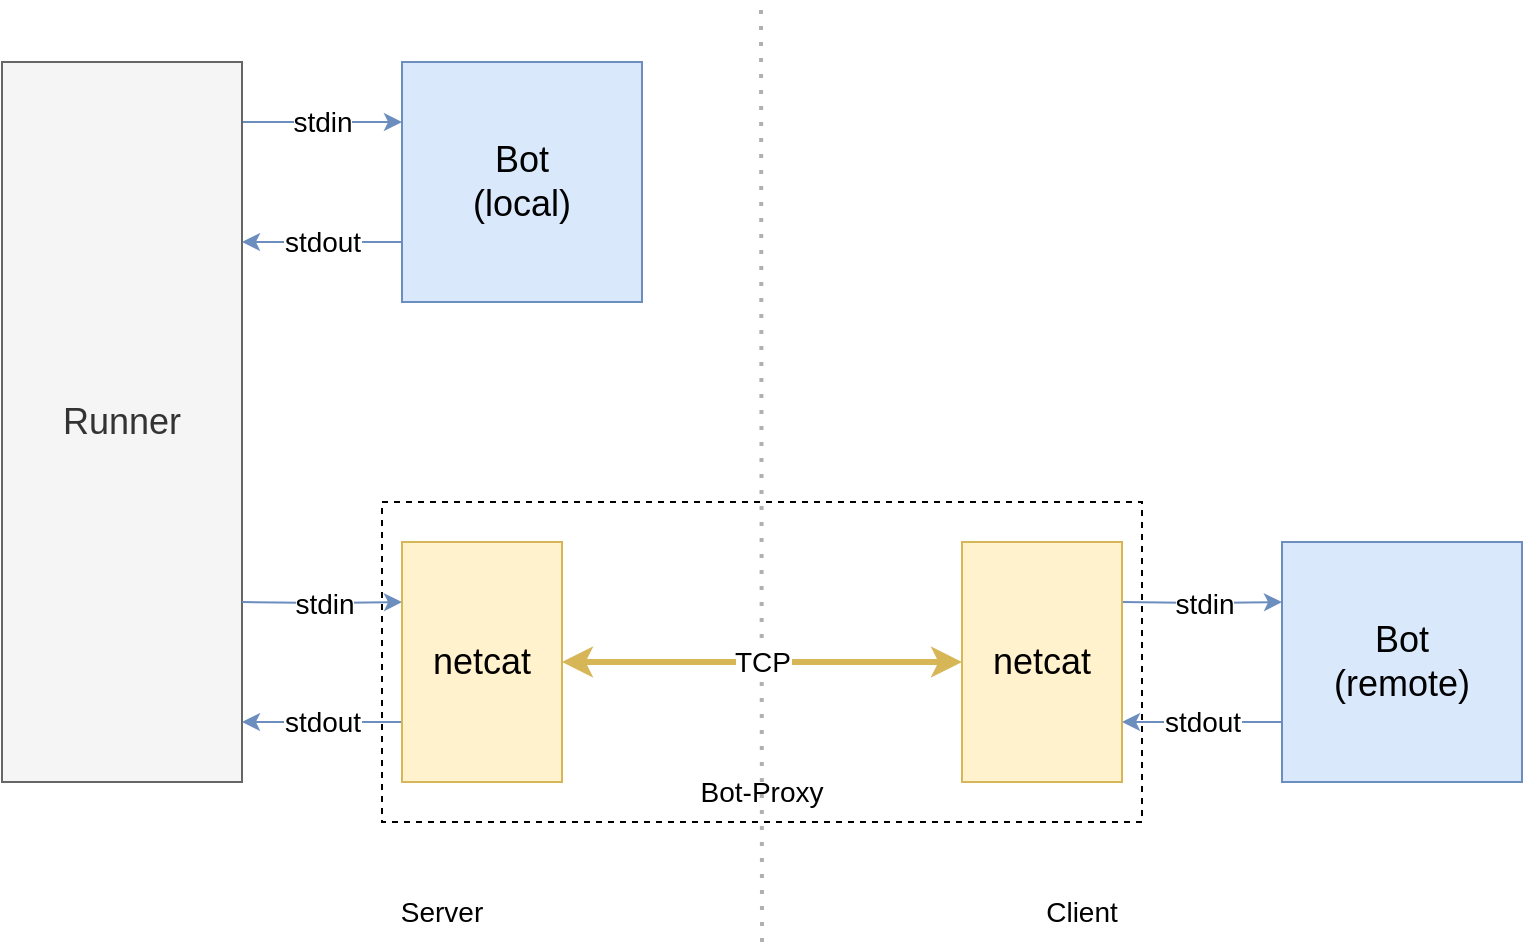
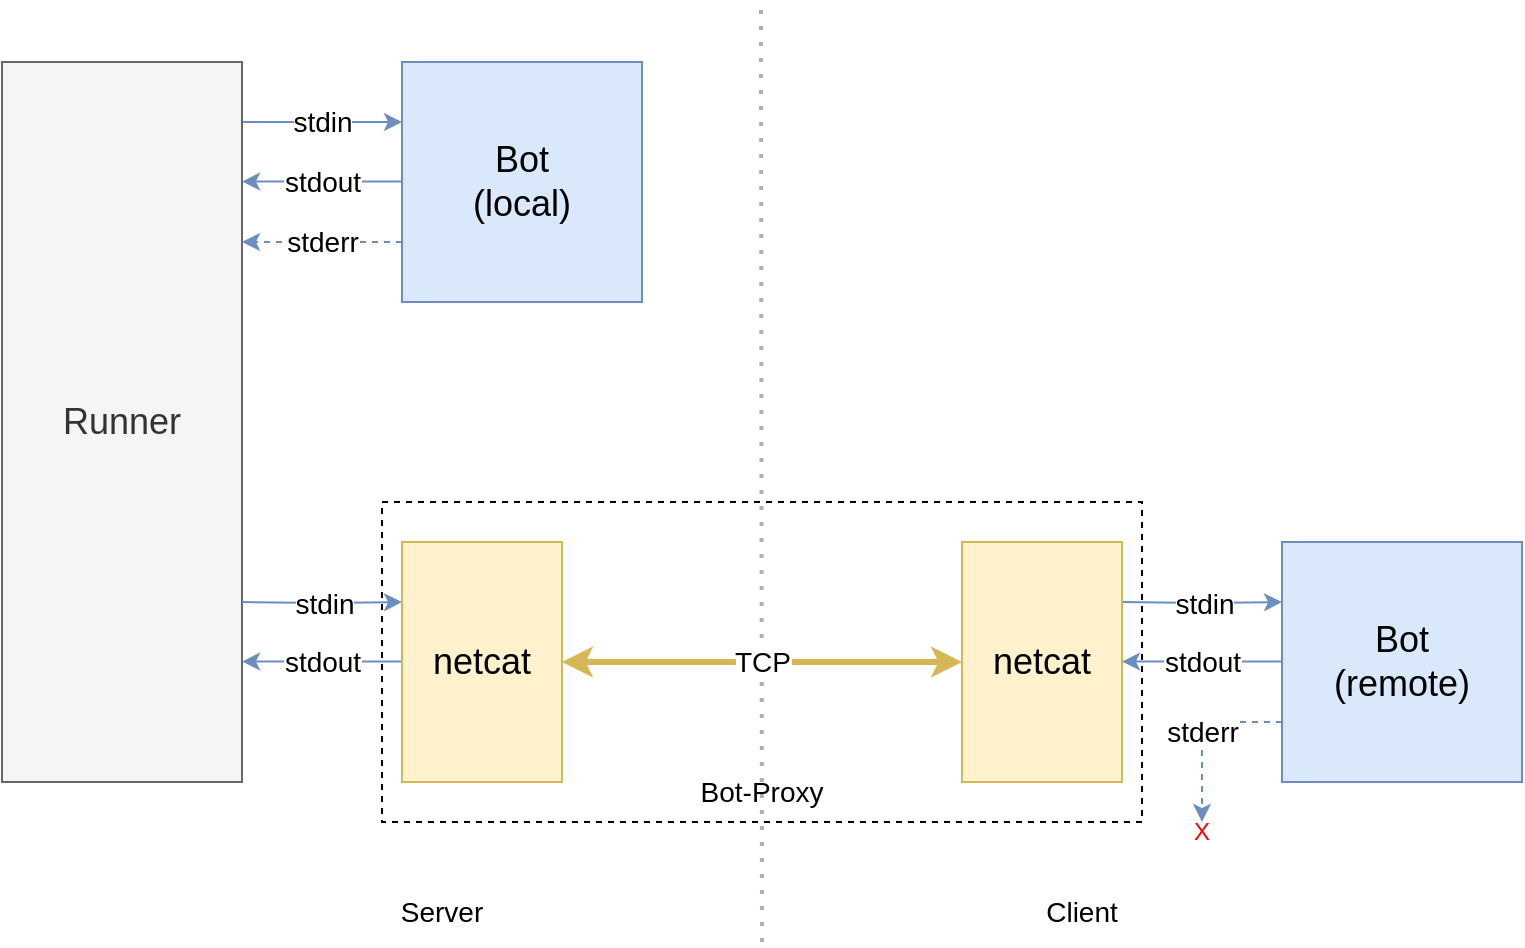
<mxfile host="Electron" agent="Mozilla/5.0 (X11; Linux x86_64) AppleWebKit/537.36 (KHTML, like Gecko) draw.io/28.2.5 Chrome/138.0.7204.251 Electron/37.6.1 Safari/537.36" version="28.2.5">
  <diagram name="Page-1" id="V1tX8lKfqLP4rMgMI3Bg">
    <mxGraphModel dx="802" dy="536" grid="1" gridSize="10" guides="1" tooltips="1" connect="1" arrows="1" fold="1" page="1" pageScale="1" pageWidth="850" pageHeight="1100" math="0" shadow="0">
      <root>
        <mxCell id="0" />
        <mxCell id="1" parent="0" />
-         <mxCell id="x8xrPTRH2ODtxbyrsQSI-35" value="" style="endArrow=none;dashed=1;html=1;dashPattern=1 3;strokeWidth=2;rounded=0;strokeColor=light-dark(#b0b0b0, #ededed);" edge="1" parent="1">
+         <mxCell id="x8xrPTRH2ODtxbyrsQSI-35" value="" style="endArrow=none;dashed=1;html=1;dashPattern=1 3;strokeWidth=2;rounded=0;strokeColor=light-dark(#b0b0b0, #ededed);" parent="1" edge="1">
          <mxGeometry width="50" height="50" relative="1" as="geometry">
            <mxPoint x="460" y="480" as="sourcePoint" />
            <mxPoint x="459.5" y="10" as="targetPoint" />
          </mxGeometry>
        </mxCell>
-         <mxCell id="x8xrPTRH2ODtxbyrsQSI-33" value="" style="rounded=0;whiteSpace=wrap;html=1;fillColor=none;dashed=1;" vertex="1" parent="1">
+         <mxCell id="x8xrPTRH2ODtxbyrsQSI-33" value="" style="rounded=0;whiteSpace=wrap;html=1;fillColor=none;dashed=1;" parent="1" vertex="1">
          <mxGeometry x="270" y="260" width="380" height="160" as="geometry" />
        </mxCell>
-         <mxCell id="x8xrPTRH2ODtxbyrsQSI-20" value="stdin" style="edgeStyle=orthogonalEdgeStyle;rounded=0;orthogonalLoop=1;jettySize=auto;html=1;exitX=1;exitY=0.25;exitDx=0;exitDy=0;entryX=0;entryY=0.25;entryDx=0;entryDy=0;fontSize=14;fillColor=#dae8fc;strokeColor=#6c8ebf;" edge="1" parent="1" source="x8xrPTRH2ODtxbyrsQSI-1" target="x8xrPTRH2ODtxbyrsQSI-19">
+         <mxCell id="x8xrPTRH2ODtxbyrsQSI-20" value="stdin" style="edgeStyle=orthogonalEdgeStyle;rounded=0;orthogonalLoop=1;jettySize=auto;html=1;exitX=1;exitY=0.25;exitDx=0;exitDy=0;entryX=0;entryY=0.25;entryDx=0;entryDy=0;fontSize=14;fillColor=#dae8fc;strokeColor=#6c8ebf;" parent="1" source="x8xrPTRH2ODtxbyrsQSI-1" target="x8xrPTRH2ODtxbyrsQSI-19" edge="1">
          <mxGeometry relative="1" as="geometry" />
        </mxCell>
-         <mxCell id="x8xrPTRH2ODtxbyrsQSI-1" value="" style="rounded=0;whiteSpace=wrap;html=1;fillColor=#f5f5f5;fontColor=#333333;strokeColor=#666666;" vertex="1" parent="1">
+         <mxCell id="x8xrPTRH2ODtxbyrsQSI-1" value="" style="rounded=0;whiteSpace=wrap;html=1;fillColor=#f5f5f5;fontColor=#333333;strokeColor=#666666;" parent="1" vertex="1">
          <mxGeometry x="80" y="40" width="120" height="120" as="geometry" />
        </mxCell>
-         <mxCell id="x8xrPTRH2ODtxbyrsQSI-18" value="" style="rounded=0;whiteSpace=wrap;html=1;fillColor=#f5f5f5;fontColor=#333333;strokeColor=#666666;" vertex="1" parent="1">
+         <mxCell id="x8xrPTRH2ODtxbyrsQSI-18" value="" style="rounded=0;whiteSpace=wrap;html=1;fillColor=#f5f5f5;fontColor=#333333;strokeColor=#666666;" parent="1" vertex="1">
          <mxGeometry x="80" y="280" width="120" height="120" as="geometry" />
        </mxCell>
-         <mxCell id="x8xrPTRH2ODtxbyrsQSI-17" value="&lt;font style=&quot;font-size: 18px;&quot;&gt;Runner&lt;/font&gt;" style="rounded=0;whiteSpace=wrap;html=1;fillColor=#f5f5f5;fontColor=#333333;strokeColor=#666666;" vertex="1" parent="1">
+         <mxCell id="x8xrPTRH2ODtxbyrsQSI-17" value="&lt;font style=&quot;font-size: 18px;&quot;&gt;Runner&lt;/font&gt;" style="rounded=0;whiteSpace=wrap;html=1;fillColor=#f5f5f5;fontColor=#333333;strokeColor=#666666;" parent="1" vertex="1">
          <mxGeometry x="80" y="40" width="120" height="360" as="geometry" />
        </mxCell>
-         <mxCell id="x8xrPTRH2ODtxbyrsQSI-21" value="stdout" style="edgeStyle=orthogonalEdgeStyle;rounded=0;orthogonalLoop=1;jettySize=auto;html=1;exitX=0;exitY=0.75;exitDx=0;exitDy=0;entryX=1;entryY=0.75;entryDx=0;entryDy=0;fontSize=14;fillColor=#dae8fc;strokeColor=#6c8ebf;" edge="1" parent="1" source="x8xrPTRH2ODtxbyrsQSI-19" target="x8xrPTRH2ODtxbyrsQSI-1">
+         <mxCell id="x8xrPTRH2ODtxbyrsQSI-21" value="stdout" style="edgeStyle=orthogonalEdgeStyle;rounded=0;orthogonalLoop=1;jettySize=auto;html=1;exitX=0;exitY=0.75;exitDx=0;exitDy=0;entryX=1;entryY=0.75;entryDx=0;entryDy=0;fontSize=14;fillColor=#dae8fc;strokeColor=#6c8ebf;" parent="1" edge="1">
+           <mxGeometry relative="1" as="geometry">
+             <mxPoint x="280" y="99.76" as="sourcePoint" />
+             <mxPoint x="200" y="99.76" as="targetPoint" />
+           </mxGeometry>
+         </mxCell>
+         <mxCell id="6PiV_VqgFHNzR3yt98rB-1" value="&lt;font style=&quot;font-size: 14px;&quot;&gt;stderr&lt;/font&gt;" style="edgeStyle=orthogonalEdgeStyle;rounded=0;orthogonalLoop=1;jettySize=auto;html=1;exitX=0;exitY=0.75;exitDx=0;exitDy=0;entryX=1;entryY=0.25;entryDx=0;entryDy=0;fillColor=#dae8fc;strokeColor=#6c8ebf;dashed=1;" parent="1" source="x8xrPTRH2ODtxbyrsQSI-19" target="x8xrPTRH2ODtxbyrsQSI-17" edge="1">
          <mxGeometry relative="1" as="geometry" />
        </mxCell>
-         <mxCell id="x8xrPTRH2ODtxbyrsQSI-19" value="&lt;font style=&quot;font-size: 18px;&quot;&gt;Bot&lt;/font&gt;&lt;div&gt;&lt;font style=&quot;font-size: 18px;&quot;&gt;(local)&lt;/font&gt;&lt;/div&gt;" style="rounded=0;whiteSpace=wrap;html=1;fillColor=#dae8fc;strokeColor=#6c8ebf;" vertex="1" parent="1">
+         <mxCell id="x8xrPTRH2ODtxbyrsQSI-19" value="&lt;font style=&quot;font-size: 18px;&quot;&gt;Bot&lt;/font&gt;&lt;div&gt;&lt;font style=&quot;font-size: 18px;&quot;&gt;(local)&lt;/font&gt;&lt;/div&gt;" style="rounded=0;whiteSpace=wrap;html=1;fillColor=#dae8fc;strokeColor=#6c8ebf;" parent="1" vertex="1">
          <mxGeometry x="280" y="40" width="120" height="120" as="geometry" />
        </mxCell>
-         <mxCell id="x8xrPTRH2ODtxbyrsQSI-25" value="stdin" style="edgeStyle=orthogonalEdgeStyle;rounded=0;orthogonalLoop=1;jettySize=auto;html=1;exitX=1;exitY=0.25;exitDx=0;exitDy=0;entryX=0;entryY=0.25;entryDx=0;entryDy=0;fontSize=14;fillColor=#dae8fc;strokeColor=#6c8ebf;" edge="1" parent="1" target="x8xrPTRH2ODtxbyrsQSI-27">
+         <mxCell id="x8xrPTRH2ODtxbyrsQSI-25" value="stdin" style="edgeStyle=orthogonalEdgeStyle;rounded=0;orthogonalLoop=1;jettySize=auto;html=1;exitX=1;exitY=0.25;exitDx=0;exitDy=0;entryX=0;entryY=0.25;entryDx=0;entryDy=0;fontSize=14;fillColor=#dae8fc;strokeColor=#6c8ebf;" parent="1" target="x8xrPTRH2ODtxbyrsQSI-27" edge="1">
          <mxGeometry relative="1" as="geometry">
            <mxPoint x="200" y="310" as="sourcePoint" />
          </mxGeometry>
        </mxCell>
-         <mxCell id="x8xrPTRH2ODtxbyrsQSI-26" value="stdout" style="edgeStyle=orthogonalEdgeStyle;rounded=0;orthogonalLoop=1;jettySize=auto;html=1;exitX=0;exitY=0.75;exitDx=0;exitDy=0;entryX=1;entryY=0.75;entryDx=0;entryDy=0;fontSize=14;fillColor=#dae8fc;strokeColor=#6c8ebf;" edge="1" parent="1" source="x8xrPTRH2ODtxbyrsQSI-27">
+         <mxCell id="x8xrPTRH2ODtxbyrsQSI-26" value="stdout" style="edgeStyle=orthogonalEdgeStyle;rounded=0;orthogonalLoop=1;jettySize=auto;html=1;exitX=0;exitY=0.75;exitDx=0;exitDy=0;entryX=1;entryY=0.75;entryDx=0;entryDy=0;fontSize=14;fillColor=#dae8fc;strokeColor=#6c8ebf;" parent="1" edge="1">
          <mxGeometry relative="1" as="geometry">
-             <mxPoint x="200" y="370" as="targetPoint" />
+             <mxPoint x="200" y="339.76" as="targetPoint" />
+             <mxPoint x="280" y="339.76" as="sourcePoint" />
          </mxGeometry>
        </mxCell>
-         <mxCell id="x8xrPTRH2ODtxbyrsQSI-32" value="&lt;font style=&quot;font-size: 14px;&quot;&gt;TCP&lt;/font&gt;" style="rounded=0;orthogonalLoop=1;jettySize=auto;html=1;exitX=1;exitY=0.5;exitDx=0;exitDy=0;startArrow=classic;startFill=1;fillColor=#fff2cc;strokeColor=#d6b656;strokeWidth=3;" edge="1" parent="1" source="x8xrPTRH2ODtxbyrsQSI-27" target="x8xrPTRH2ODtxbyrsQSI-31">
+         <mxCell id="x8xrPTRH2ODtxbyrsQSI-32" value="&lt;font style=&quot;font-size: 14px;&quot;&gt;TCP&lt;/font&gt;" style="rounded=0;orthogonalLoop=1;jettySize=auto;html=1;exitX=1;exitY=0.5;exitDx=0;exitDy=0;startArrow=classic;startFill=1;fillColor=#fff2cc;strokeColor=#d6b656;strokeWidth=3;" parent="1" source="x8xrPTRH2ODtxbyrsQSI-27" target="x8xrPTRH2ODtxbyrsQSI-31" edge="1">
          <mxGeometry relative="1" as="geometry" />
        </mxCell>
-         <mxCell id="x8xrPTRH2ODtxbyrsQSI-27" value="&lt;span style=&quot;font-size: 18px;&quot;&gt;netcat&lt;/span&gt;" style="rounded=0;whiteSpace=wrap;html=1;fillColor=#fff2cc;strokeColor=#d6b656;" vertex="1" parent="1">
+         <mxCell id="x8xrPTRH2ODtxbyrsQSI-27" value="&lt;span style=&quot;font-size: 18px;&quot;&gt;netcat&lt;/span&gt;" style="rounded=0;whiteSpace=wrap;html=1;fillColor=#fff2cc;strokeColor=#d6b656;" parent="1" vertex="1">
          <mxGeometry x="280" y="280" width="80" height="120" as="geometry" />
        </mxCell>
-         <mxCell id="x8xrPTRH2ODtxbyrsQSI-28" value="stdin" style="edgeStyle=orthogonalEdgeStyle;rounded=0;orthogonalLoop=1;jettySize=auto;html=1;exitX=1;exitY=0.25;exitDx=0;exitDy=0;entryX=0;entryY=0.25;entryDx=0;entryDy=0;fontSize=14;fillColor=#dae8fc;strokeColor=#6c8ebf;" edge="1" parent="1" target="x8xrPTRH2ODtxbyrsQSI-30">
+         <mxCell id="x8xrPTRH2ODtxbyrsQSI-28" value="stdin" style="edgeStyle=orthogonalEdgeStyle;rounded=0;orthogonalLoop=1;jettySize=auto;html=1;exitX=1;exitY=0.25;exitDx=0;exitDy=0;entryX=0;entryY=0.25;entryDx=0;entryDy=0;fontSize=14;fillColor=#dae8fc;strokeColor=#6c8ebf;" parent="1" target="x8xrPTRH2ODtxbyrsQSI-30" edge="1">
          <mxGeometry relative="1" as="geometry">
            <mxPoint x="640" y="310" as="sourcePoint" />
          </mxGeometry>
        </mxCell>
-         <mxCell id="x8xrPTRH2ODtxbyrsQSI-29" value="stdout" style="edgeStyle=orthogonalEdgeStyle;rounded=0;orthogonalLoop=1;jettySize=auto;html=1;exitX=0;exitY=0.75;exitDx=0;exitDy=0;entryX=1;entryY=0.75;entryDx=0;entryDy=0;fontSize=14;fillColor=#dae8fc;strokeColor=#6c8ebf;" edge="1" parent="1" source="x8xrPTRH2ODtxbyrsQSI-30">
+         <mxCell id="x8xrPTRH2ODtxbyrsQSI-29" value="stdout" style="edgeStyle=orthogonalEdgeStyle;rounded=0;orthogonalLoop=1;jettySize=auto;html=1;exitX=0;exitY=0.75;exitDx=0;exitDy=0;entryX=1;entryY=0.75;entryDx=0;entryDy=0;fontSize=14;fillColor=#dae8fc;strokeColor=#6c8ebf;" parent="1" edge="1">
          <mxGeometry relative="1" as="geometry">
-             <mxPoint x="640" y="370" as="targetPoint" />
+             <mxPoint x="640" y="339.76" as="targetPoint" />
+             <mxPoint x="720" y="339.76" as="sourcePoint" />
          </mxGeometry>
        </mxCell>
-         <mxCell id="x8xrPTRH2ODtxbyrsQSI-30" value="&lt;font style=&quot;font-size: 18px;&quot;&gt;Bot&lt;/font&gt;&lt;div&gt;&lt;font style=&quot;font-size: 18px;&quot;&gt;(remote)&lt;/font&gt;&lt;/div&gt;" style="rounded=0;whiteSpace=wrap;html=1;fillColor=#dae8fc;strokeColor=#6c8ebf;" vertex="1" parent="1">
+         <mxCell id="6PiV_VqgFHNzR3yt98rB-2" value="&lt;font style=&quot;font-size: 14px;&quot;&gt;stderr&lt;/font&gt;" style="edgeStyle=orthogonalEdgeStyle;rounded=0;orthogonalLoop=1;jettySize=auto;html=1;exitX=0;exitY=0.75;exitDx=0;exitDy=0;fillColor=#dae8fc;strokeColor=#6c8ebf;dashed=1;" parent="1" source="x8xrPTRH2ODtxbyrsQSI-30" edge="1">
+           <mxGeometry relative="1" as="geometry">
+             <mxPoint x="680" y="420" as="targetPoint" />
+             <Array as="points">
+               <mxPoint x="680" y="370" />
+             </Array>
+           </mxGeometry>
+         </mxCell>
+         <mxCell id="x8xrPTRH2ODtxbyrsQSI-30" value="&lt;font style=&quot;font-size: 18px;&quot;&gt;Bot&lt;/font&gt;&lt;div&gt;&lt;font style=&quot;font-size: 18px;&quot;&gt;(remote)&lt;/font&gt;&lt;/div&gt;" style="rounded=0;whiteSpace=wrap;html=1;fillColor=#dae8fc;strokeColor=#6c8ebf;" parent="1" vertex="1">
          <mxGeometry x="720" y="280" width="120" height="120" as="geometry" />
        </mxCell>
-         <mxCell id="x8xrPTRH2ODtxbyrsQSI-31" value="&lt;span style=&quot;font-size: 18px;&quot;&gt;netcat&lt;/span&gt;" style="rounded=0;whiteSpace=wrap;html=1;fillColor=#fff2cc;strokeColor=#d6b656;" vertex="1" parent="1">
+         <mxCell id="x8xrPTRH2ODtxbyrsQSI-31" value="&lt;span style=&quot;font-size: 18px;&quot;&gt;netcat&lt;/span&gt;" style="rounded=0;whiteSpace=wrap;html=1;fillColor=#fff2cc;strokeColor=#d6b656;" parent="1" vertex="1">
          <mxGeometry x="560" y="280" width="80" height="120" as="geometry" />
        </mxCell>
-         <mxCell id="x8xrPTRH2ODtxbyrsQSI-34" value="&lt;font style=&quot;font-size: 14px;&quot;&gt;Bot-Proxy&lt;/font&gt;" style="text;html=1;align=center;verticalAlign=middle;whiteSpace=wrap;rounded=0;" vertex="1" parent="1">
+         <mxCell id="x8xrPTRH2ODtxbyrsQSI-34" value="&lt;font style=&quot;font-size: 14px;&quot;&gt;Bot-Proxy&lt;/font&gt;" style="text;html=1;align=center;verticalAlign=middle;whiteSpace=wrap;rounded=0;" parent="1" vertex="1">
          <mxGeometry x="400" y="390" width="120" height="30" as="geometry" />
        </mxCell>
-         <mxCell id="x8xrPTRH2ODtxbyrsQSI-38" value="&lt;font style=&quot;font-size: 14px;&quot;&gt;Server&lt;/font&gt;" style="text;html=1;align=center;verticalAlign=middle;whiteSpace=wrap;rounded=0;" vertex="1" parent="1">
+         <mxCell id="x8xrPTRH2ODtxbyrsQSI-38" value="&lt;font style=&quot;font-size: 14px;&quot;&gt;Server&lt;/font&gt;" style="text;html=1;align=center;verticalAlign=middle;whiteSpace=wrap;rounded=0;" parent="1" vertex="1">
          <mxGeometry x="240" y="450" width="120" height="30" as="geometry" />
        </mxCell>
-         <mxCell id="x8xrPTRH2ODtxbyrsQSI-39" value="&lt;font style=&quot;font-size: 14px;&quot;&gt;Client&lt;/font&gt;" style="text;html=1;align=center;verticalAlign=middle;whiteSpace=wrap;rounded=0;" vertex="1" parent="1">
+         <mxCell id="x8xrPTRH2ODtxbyrsQSI-39" value="&lt;font style=&quot;font-size: 14px;&quot;&gt;Client&lt;/font&gt;" style="text;html=1;align=center;verticalAlign=middle;whiteSpace=wrap;rounded=0;" parent="1" vertex="1">
          <mxGeometry x="560" y="450" width="120" height="30" as="geometry" />
+         </mxCell>
+         <mxCell id="6PiV_VqgFHNzR3yt98rB-6" value="X" style="text;html=1;align=center;verticalAlign=middle;whiteSpace=wrap;rounded=0;fontColor=#FF0000;" parent="1" vertex="1">
+           <mxGeometry x="650" y="410" width="60" height="30" as="geometry" />
        </mxCell>
      </root>
    </mxGraphModel>
  </diagram>
</mxfile>
